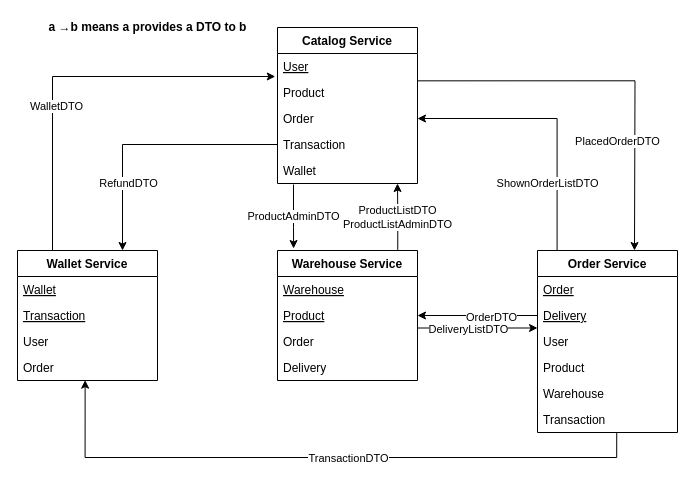
Above: images/schema.drawio in franckies/ecommerce-api (draw.io), before the change. Source tidied: cells renumbered, new cells numbered last; positions are measured from the earlier drawing's top-left corner, leaving out a move shared by most shapes. Both pictures are drawn from the tidied source at 100%, with x=0, y=0 at pixel (17, 17).
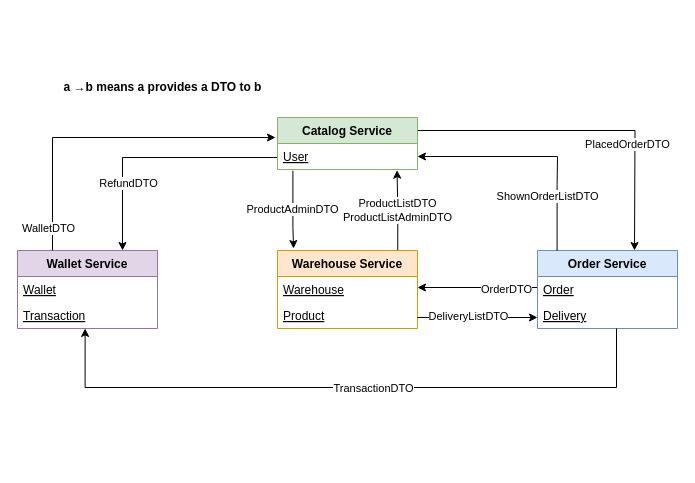
The same diagram, later.

The change refers to these unchanged cells:
```xml
<mxCell id="7" value="User" style="text;strokeColor=none;fillColor=none;align=left;verticalAlign=top;spacingLeft=4;spacingRight=4;overflow=hidden;points=[[0,0.5],[1,0.5]];portConstraint=eastwest;fontStyle=4;" parent="6" vertex="1">
  <mxGeometry y="26" width="140" height="26" as="geometry" />
</mxCell>
<mxCell id="14" value="Transaction" style="text;strokeColor=none;fillColor=none;align=left;verticalAlign=top;spacingLeft=4;spacingRight=4;overflow=hidden;points=[[0,0.5],[1,0.5]];portConstraint=eastwest;fontStyle=4;" parent="12" vertex="1">
  <mxGeometry y="52" width="140" height="26" as="geometry" />
</mxCell>
<mxCell id="21" value="Delivery" style="text;strokeColor=none;fillColor=none;align=left;verticalAlign=top;spacingLeft=4;spacingRight=4;overflow=hidden;points=[[0,0.5],[1,0.5]];portConstraint=eastwest;fontStyle=4;" parent="19" vertex="1">
  <mxGeometry y="52" width="140" height="26" as="geometry" />
</mxCell>
```

Diff of the diagram source:
```diff
@@
-    <mxCell id="2" style="edgeStyle=orthogonalEdgeStyle;rounded=0;jettySize=auto;html=1;exitX=0;exitY=0.5;exitDx=0;exitDy=0;entryX=0.75;entryY=0;entryDx=0;entryDy=0;" parent="1" edge="1" source="10" target="12">
-      <mxGeometry relative="1" as="geometry" />
+    <mxCell id="2" style="edgeStyle=orthogonalEdgeStyle;rounded=0;jettySize=auto;html=1;exitX=0;exitY=0.5;exitDx=0;exitDy=0;entryX=0.75;entryY=0;entryDx=0;entryDy=0;" parent="1" edge="1" target="12">
+      <mxGeometry relative="1" as="geometry">
+        <mxPoint x="260" y="127" as="sourcePoint" />
+        <Array as="points">
+          <mxPoint x="260" y="140" />
+          <mxPoint x="105" y="140" />
+        </Array>
+      </mxGeometry>
     </mxCell>
@@
-    <mxCell id="4" style="edgeStyle=orthogonalEdgeStyle;rounded=0;jettySize=auto;html=1;exitX=0.998;exitY=0.051;exitDx=0;exitDy=0;exitPerimeter=0;" parent="1" edge="1" source="8">
+    <mxCell id="4" style="edgeStyle=orthogonalEdgeStyle;rounded=0;jettySize=auto;html=1;exitX=1;exitY=0.25;exitDx=0;exitDy=0;" parent="1" edge="1" source="6">
       <mxGeometry relative="1" as="geometry">
         <mxPoint x="617" y="233" as="targetPoint" />
       </mxGeometry>
     </mxCell>
     <mxCell id="5" value="PlacedOrderDTO" style="edgeLabel;html=1;align=center;verticalAlign=middle;" parent="4" vertex="1">
       <mxGeometry x="-0.34" y="-4" relative="1" as="geometry">
-        <mxPoint x="72" y="56" as="offset" />
+        <mxPoint x="98.3" y="9" as="offset" />
       </mxGeometry>
     </mxCell>
-    <mxCell id="6" value="Catalog Service" style="swimlane;fontStyle=1;horizontal=1;startSize=26;fillColor=none;" parent="1" vertex="1">
-      <mxGeometry x="260" y="10" width="140" height="156" as="geometry" />
+    <mxCell id="6" value="Catalog Service" style="swimlane;fontStyle=1;horizontal=1;startSize=26;fillColor=#d5e8d4;strokeColor=#82b366;" parent="1" vertex="1">
+      <mxGeometry x="260" y="100" width="140" height="52" as="geometry" />
     </mxCell>
@@
-    <mxCell id="8" value="Product" style="text;strokeColor=none;fillColor=none;align=left;verticalAlign=top;spacingLeft=4;spacingRight=4;overflow=hidden;points=[[0,0.5],[1,0.5]];portConstraint=eastwest;" parent="6" vertex="1">
-      <mxGeometry y="52" width="140" height="26" as="geometry" />
-    </mxCell>
-    <mxCell id="9" value="Order&#10;" style="text;strokeColor=none;fillColor=none;align=left;verticalAlign=top;spacingLeft=4;spacingRight=4;overflow=hidden;points=[[0,0.5],[1,0.5]];portConstraint=eastwest;" parent="6" vertex="1">
-      <mxGeometry y="78" width="140" height="26" as="geometry" />
-    </mxCell>
-    <mxCell id="10" value="Transaction" style="text;strokeColor=none;fillColor=none;align=left;verticalAlign=top;spacingLeft=4;spacingRight=4;overflow=hidden;points=[[0,0.5],[1,0.5]];portConstraint=eastwest;" parent="6" vertex="1">
-      <mxGeometry y="104" width="140" height="26" as="geometry" />
-    </mxCell>
-    <mxCell id="11" value="Wallet" style="text;strokeColor=none;fillColor=none;align=left;verticalAlign=top;spacingLeft=4;spacingRight=4;overflow=hidden;" parent="6" vertex="1">
-      <mxGeometry y="130" width="140" height="26" as="geometry" />
-    </mxCell>
-    <mxCell id="12" value="Wallet Service" style="swimlane;fontStyle=1;horizontal=1;startSize=26;fillColor=none;" parent="1" vertex="1">
-      <mxGeometry y="233" width="140" height="130" as="geometry" />
+    <mxCell id="12" value="Wallet Service" style="swimlane;fontStyle=1;horizontal=1;startSize=26;fillColor=#e1d5e7;strokeColor=#9673a6;" parent="1" vertex="1">
+      <mxGeometry y="233" width="140" height="78" as="geometry" />
     </mxCell>
@@
-    <mxCell id="15" value="User" style="text;strokeColor=none;fillColor=none;align=left;verticalAlign=top;spacingLeft=4;spacingRight=4;overflow=hidden;" parent="12" vertex="1">
-      <mxGeometry y="78" width="140" height="26" as="geometry" />
-    </mxCell>
-    <mxCell id="16" value="Order" style="text;strokeColor=none;fillColor=none;align=left;verticalAlign=top;spacingLeft=4;spacingRight=4;overflow=hidden;points=[[0,0.5],[1,0.5]];portConstraint=eastwest;" parent="12" vertex="1">
-      <mxGeometry y="104" width="140" height="26" as="geometry" />
-    </mxCell>
-    <mxCell id="17" style="edgeStyle=orthogonalEdgeStyle;rounded=0;jettySize=auto;html=1;exitX=0;exitY=0.5;exitDx=0;exitDy=0;" parent="1" edge="1" source="21" target="26">
-      <mxGeometry relative="1" as="geometry" />
+    <mxCell id="17" style="edgeStyle=orthogonalEdgeStyle;rounded=0;orthogonalLoop=1;jettySize=auto;html=1;exitX=0;exitY=0.5;exitDx=0;exitDy=0;" parent="1" edge="1">
+      <mxGeometry relative="1" as="geometry">
+        <mxPoint x="520" y="296" as="sourcePoint" />
+        <mxPoint x="400" y="270" as="targetPoint" />
+        <Array as="points">
+          <mxPoint x="520" y="270" />
+        </Array>
+      </mxGeometry>
     </mxCell>
@@
-    <mxCell id="19" value="Order Service" style="swimlane;fontStyle=1;horizontal=1;startSize=26;fillColor=none;" parent="1" vertex="1">
-      <mxGeometry x="520" y="233" width="140" height="182" as="geometry" />
+    <mxCell id="19" value="Order Service" style="swimlane;fontStyle=1;horizontal=1;startSize=26;fillColor=#dae8fc;strokeColor=#6c8ebf;" parent="1" vertex="1">
+      <mxGeometry x="520" y="233" width="140" height="78" as="geometry" />
     </mxCell>
@@
-    <mxCell id="22" value="User" style="text;strokeColor=none;fillColor=none;align=left;verticalAlign=top;spacingLeft=4;spacingRight=4;overflow=hidden;" parent="19" vertex="1">
-      <mxGeometry y="78" width="140" height="26" as="geometry" />
-    </mxCell>
-    <mxCell id="23" value="Product" style="text;strokeColor=none;fillColor=none;align=left;verticalAlign=top;spacingLeft=4;spacingRight=4;overflow=hidden;" parent="19" vertex="1">
-      <mxGeometry y="104" width="140" height="26" as="geometry" />
-    </mxCell>
-    <mxCell id="24" value="Warehouse" style="text;strokeColor=none;fillColor=none;align=left;verticalAlign=top;spacingLeft=4;spacingRight=4;overflow=hidden;" parent="19" vertex="1">
-      <mxGeometry y="130" width="140" height="26" as="geometry" />
-    </mxCell>
-    <mxCell id="25" value="Transaction" style="text;strokeColor=none;fillColor=none;align=left;verticalAlign=top;spacingLeft=4;spacingRight=4;overflow=hidden;points=[[0,0.5],[1,0.5]];portConstraint=eastwest;" parent="19" vertex="1">
-      <mxGeometry y="156" width="140" height="26" as="geometry" />
-    </mxCell>
-    <mxCell id="26" value="Warehouse Service" style="swimlane;fontStyle=1;horizontal=1;startSize=26;fillColor=none;" parent="1" vertex="1">
-      <mxGeometry x="260" y="233" width="140" height="130" as="geometry" />
+    <mxCell id="26" value="Warehouse Service" style="swimlane;fontStyle=1;horizontal=1;startSize=26;fillColor=#ffe6cc;strokeColor=#d79b00;" parent="1" vertex="1">
+      <mxGeometry x="260" y="233" width="140" height="78" as="geometry" />
     </mxCell>
@@
-    <mxCell id="29" value="Order" style="text;strokeColor=none;fillColor=none;align=left;verticalAlign=top;spacingLeft=4;spacingRight=4;overflow=hidden;" parent="26" vertex="1">
-      <mxGeometry y="78" width="140" height="26" as="geometry" />
-    </mxCell>
-    <mxCell id="30" value="Delivery" style="text;strokeColor=none;fillColor=none;align=left;verticalAlign=top;spacingLeft=4;spacingRight=4;overflow=hidden;" parent="26" vertex="1">
-      <mxGeometry y="104" width="140" height="26" as="geometry" />
-    </mxCell>
     <mxCell id="31" style="edgeStyle=orthogonalEdgeStyle;rounded=0;orthogonalLoop=1;jettySize=auto;html=1;exitX=0;exitY=0.5;exitDx=0;exitDy=0;" parent="1" edge="1">
       <mxGeometry relative="1" as="geometry">
-        <mxPoint x="400" y="310.5" as="sourcePoint" />
-        <mxPoint x="520" y="310.5" as="targetPoint" />
+        <mxPoint x="400" y="300" as="sourcePoint" />
+        <mxPoint x="520" y="300" as="targetPoint" />
       </mxGeometry>
     </mxCell>
     <mxCell id="32" value="DeliveryListDTO" style="edgeLabel;html=1;align=center;verticalAlign=middle;" parent="31" vertex="1">
       <mxGeometry x="0.23" y="-1" relative="1" as="geometry">
-        <mxPoint x="-24" y="-0.5" as="offset" />
+        <mxPoint x="-24" y="-3" as="offset" />
       </mxGeometry>
     </mxCell>
-    <mxCell id="33" style="edgeStyle=orthogonalEdgeStyle;rounded=0;jettySize=auto;html=1;exitX=0.25;exitY=0;exitDx=0;exitDy=0;entryX=-0.016;entryY=0.885;entryDx=0;entryDy=0;entryPerimeter=0;" parent="1" edge="1" source="12" target="7">
-      <mxGeometry relative="1" as="geometry" />
+    <mxCell id="33" style="edgeStyle=orthogonalEdgeStyle;rounded=0;jettySize=auto;html=1;exitX=0.25;exitY=0;exitDx=0;exitDy=0;" parent="1" edge="1" source="12">
+      <mxGeometry relative="1" as="geometry">
+        <mxPoint x="258" y="120" as="targetPoint" />
+        <Array as="points">
+          <mxPoint x="35" y="120" />
+          <mxPoint x="258" y="120" />
+        </Array>
+      </mxGeometry>
     </mxCell>
     <mxCell id="34" value="WalletDTO" style="edgeLabel;html=1;align=center;verticalAlign=middle;" parent="33" vertex="1">
       <mxGeometry x="0.29" relative="1" as="geometry">
-        <mxPoint x="-78" y="29" as="offset" />
+        <mxPoint x="-109" y="90" as="offset" />
       </mxGeometry>
     </mxCell>
-    <mxCell id="35" value="ProductListDTO&lt;br&gt;ProductListAdminDTO" style="edgeStyle=orthogonalEdgeStyle;rounded=0;jettySize=auto;html=1;exitX=0.859;exitY=-0.005;exitDx=0;exitDy=0;exitPerimeter=0;entryX=0.859;entryY=-0.005;entryDx=0;entryDy=0;entryPerimeter=0;" parent="1" edge="1" source="26">
-      <mxGeometry x="-0.01" relative="1" as="geometry">
-        <mxPoint x="380" y="166" as="targetPoint" />
-      </mxGeometry>
+    <mxCell id="35" value="ProductListDTO&lt;br&gt;ProductListAdminDTO" style="edgeStyle=orthogonalEdgeStyle;rounded=0;jettySize=auto;html=1;exitX=0.859;exitY=-0.005;exitDx=0;exitDy=0;exitPerimeter=0;entryX=0.854;entryY=1.025;entryDx=0;entryDy=0;entryPerimeter=0;" parent="1" edge="1" source="26" target="7">
+      <mxGeometry x="-0.01" relative="1" as="geometry" />
     </mxCell>
     <mxCell id="36" value="&lt;b&gt;a →b means a provides a DTO to b&lt;/b&gt;" style="text;html=1;align=center;verticalAlign=middle;" parent="1" vertex="1">
-      <mxGeometry x="25" width="210" height="20" as="geometry" />
+      <mxGeometry x="40" y="60" width="210" height="20" as="geometry" />
     </mxCell>
-    <mxCell id="37" value="ProductAdminDTO" style="edgeStyle=orthogonalEdgeStyle;rounded=0;orthogonalLoop=1;jettySize=auto;html=1;entryX=0.072;entryY=-0.027;entryDx=0;entryDy=0;entryPerimeter=0;" parent="1" edge="1">
+    <mxCell id="37" value="ProductAdminDTO" style="edgeStyle=orthogonalEdgeStyle;rounded=0;jettySize=auto;html=1;entryX=0.072;entryY=-0.027;entryDx=0;entryDy=0;entryPerimeter=0;exitX=0.11;exitY=1.047;exitDx=0;exitDy=0;exitPerimeter=0;" parent="1" edge="1" source="7">
       <mxGeometry x="0.01" relative="1" as="geometry">
-        <mxPoint x="276" y="167" as="sourcePoint" />
         <mxPoint x="276.1" y="231" as="targetPoint" />
         <Array as="points">
-          <mxPoint x="276" y="210" />
+          <mxPoint x="275" y="210" />
           <mxPoint x="276" y="210" />
         </Array>
       </mxGeometry>
     </mxCell>
-    <mxCell id="38" style="edgeStyle=orthogonalEdgeStyle;rounded=0;jettySize=auto;html=1;entryX=1;entryY=0.5;entryDx=0;entryDy=0;exitX=0.14;exitY=0.002;exitDx=0;exitDy=0;exitPerimeter=0;" parent="1" edge="1" source="19" target="9">
-      <mxGeometry relative="1" as="geometry" />
+    <mxCell id="38" style="edgeStyle=orthogonalEdgeStyle;rounded=0;jettySize=auto;html=1;entryX=1;entryY=0.5;entryDx=0;entryDy=0;exitX=0.14;exitY=0.002;exitDx=0;exitDy=0;exitPerimeter=0;" parent="1" edge="1" source="19" target="7">
+      <mxGeometry relative="1" as="geometry">
+        <Array as="points">
+          <mxPoint x="540" y="167" />
+          <mxPoint x="540" y="139" />
+        </Array>
+      </mxGeometry>
     </mxCell>
@@
-    <mxCell id="40" style="edgeStyle=orthogonalEdgeStyle;rounded=0;jettySize=auto;html=1;entryX=0.483;entryY=0.987;entryDx=0;entryDy=0;entryPerimeter=0;exitX=0.566;exitY=1.021;exitDx=0;exitDy=0;exitPerimeter=0;" parent="1" edge="1" source="25" target="16">
+    <mxCell id="40" style="edgeStyle=orthogonalEdgeStyle;rounded=0;jettySize=auto;html=1;entryX=0.483;entryY=0.998;entryDx=0;entryDy=0;entryPerimeter=0;" parent="1" edge="1" source="21" target="14">
       <mxGeometry relative="1" as="geometry">
         <Array as="points">
-          <mxPoint x="599" y="440" />
-          <mxPoint x="68" y="440" />
+          <mxPoint x="599" y="370" />
+          <mxPoint x="68" y="370" />
+          <mxPoint x="68" y="311" />
+          <mxPoint x="68" y="311" />
         </Array>
       </mxGeometry>
     </mxCell>
```
